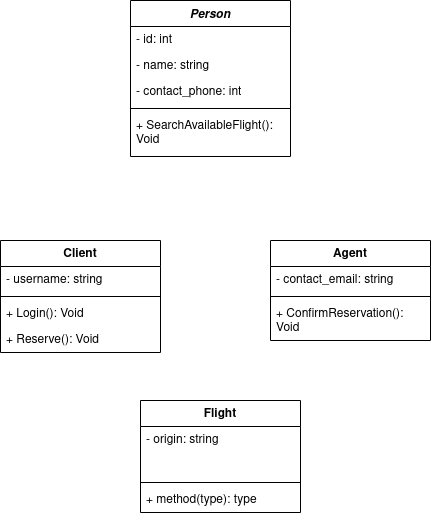
The draw.io diagram diagramas_clase/reserva-vuelos/diagrama-clase-reserva-vuelos.drawio.png in JesusLugo2002/ETS, before a commit. Source tidied: cells renumbered, new cells last; positions are measured from the earlier drawing's top-left corner, leaving out a move shared by most shapes.
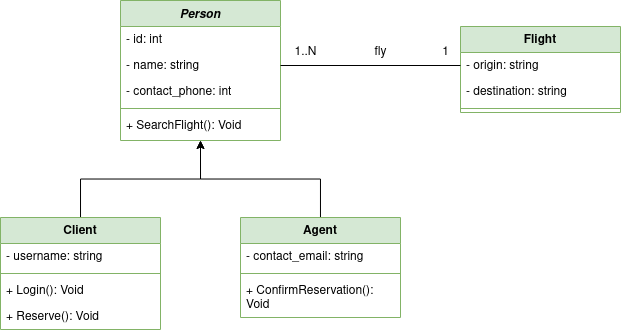
After the commit.

Diff of the diagram source:
```diff
@@ -2,8 +2,8 @@
   <root>
     <mxCell id="0" />
     <mxCell id="1" parent="0" />
-    <mxCell id="2" value="Person" style="swimlane;fontStyle=3;align=center;verticalAlign=top;horizontal=1;startSize=26;whiteSpace=wrap;html=1;" parent="1" vertex="1">
-      <mxGeometry x="130" width="160" height="156" as="geometry" />
+    <mxCell id="2" value="Person" style="swimlane;fontStyle=3;align=center;verticalAlign=top;horizontal=1;startSize=26;whiteSpace=wrap;html=1;fillColor=#d5e8d4;strokeColor=#82b366;" parent="1" vertex="1">
+      <mxGeometry x="180" y="23" width="160" height="140" as="geometry" />
     </mxCell>
     <mxCell id="3" value="- id: int" style="text;strokeColor=none;fillColor=none;align=left;verticalAlign=top;spacingLeft=4;spacingRight=4;overflow=hidden;whiteSpace=wrap;html=1;" parent="2" vertex="1">
       <mxGeometry y="26" width="160" height="26" as="geometry" />
@@ -17,11 +17,14 @@
     <mxCell id="6" style="line;strokeWidth=1;fillColor=none;align=left;verticalAlign=middle;spacingTop=-1;spacingLeft=3;spacingRight=3;labelPosition=right;strokeColor=inherit;" parent="2" vertex="1">
       <mxGeometry y="104" width="160" height="8" as="geometry" />
     </mxCell>
-    <mxCell id="7" value="+ SearchAvailableFlight(): Void" style="text;strokeColor=none;fillColor=none;align=left;verticalAlign=top;spacingLeft=4;spacingRight=4;overflow=hidden;whiteSpace=wrap;html=1;" parent="2" vertex="1">
-      <mxGeometry y="112" width="160" height="44" as="geometry" />
+    <mxCell id="7" value="+ SearchFlight(): Void" style="text;strokeColor=none;fillColor=none;align=left;verticalAlign=top;spacingLeft=4;spacingRight=4;overflow=hidden;whiteSpace=wrap;html=1;" parent="2" vertex="1">
+      <mxGeometry y="112" width="160" height="28" as="geometry" />
     </mxCell>
+    <mxCell id="22" style="edgeStyle=orthogonalEdgeStyle;rounded=0;jettySize=auto;html=1;entryX=0.5;entryY=1;entryDx=0;entryDy=0;" parent="1" edge="1" source="8" target="2">
+      <mxGeometry relative="1" as="geometry" />
+    </mxCell>
-    <mxCell id="8" value="Client" style="swimlane;fontStyle=1;align=center;verticalAlign=top;horizontal=1;startSize=26;whiteSpace=wrap;html=1;" parent="1" vertex="1">
-      <mxGeometry y="240" width="160" height="112" as="geometry" />
+    <mxCell id="8" value="Client" style="swimlane;fontStyle=1;align=center;verticalAlign=top;horizontal=1;startSize=26;whiteSpace=wrap;html=1;fillColor=#d5e8d4;strokeColor=#82b366;" parent="1" vertex="1">
+      <mxGeometry x="60" y="240" width="160" height="112" as="geometry" />
     </mxCell>
     <mxCell id="9" value="- username: string" style="text;strokeColor=none;fillColor=none;align=left;verticalAlign=top;spacingLeft=4;spacingRight=4;overflow=hidden;whiteSpace=wrap;html=1;" parent="8" vertex="1">
       <mxGeometry y="26" width="160" height="26" as="geometry" />
@@ -35,8 +38,11 @@
     <mxCell id="12" value="+ Reserve(): Void" style="text;strokeColor=none;fillColor=none;align=left;verticalAlign=top;spacingLeft=4;spacingRight=4;overflow=hidden;whiteSpace=wrap;html=1;" parent="8" vertex="1">
       <mxGeometry y="86" width="160" height="26" as="geometry" />
     </mxCell>
+    <mxCell id="23" style="edgeStyle=orthogonalEdgeStyle;rounded=0;jettySize=auto;html=1;entryX=0.5;entryY=1;entryDx=0;entryDy=0;" parent="1" edge="1" source="13" target="2">
+      <mxGeometry relative="1" as="geometry" />
+    </mxCell>
-    <mxCell id="13" value="Agent" style="swimlane;fontStyle=1;align=center;verticalAlign=top;horizontal=1;startSize=26;whiteSpace=wrap;html=1;" parent="1" vertex="1">
-      <mxGeometry x="270" y="240" width="160" height="100" as="geometry" />
+    <mxCell id="13" value="Agent" style="swimlane;fontStyle=1;align=center;verticalAlign=top;horizontal=1;startSize=26;whiteSpace=wrap;html=1;fillColor=#d5e8d4;strokeColor=#82b366;" parent="1" vertex="1">
+      <mxGeometry x="300" y="240" width="160" height="100" as="geometry" />
     </mxCell>
     <mxCell id="14" value="- contact_email: string" style="text;strokeColor=none;fillColor=none;align=left;verticalAlign=top;spacingLeft=4;spacingRight=4;overflow=hidden;whiteSpace=wrap;html=1;" parent="13" vertex="1">
       <mxGeometry y="26" width="160" height="26" as="geometry" />
@@ -47,20 +53,29 @@
     <mxCell id="16" value="+ ConfirmReservation(): Void" style="text;strokeColor=none;fillColor=none;align=left;verticalAlign=top;spacingLeft=4;spacingRight=4;overflow=hidden;whiteSpace=wrap;html=1;" parent="13" vertex="1">
       <mxGeometry y="60" width="160" height="40" as="geometry" />
     </mxCell>
-    <mxCell id="17" value="Flight" style="swimlane;fontStyle=1;align=center;verticalAlign=top;horizontal=1;startSize=26;whiteSpace=wrap;html=1;" parent="1" vertex="1">
-      <mxGeometry x="140" y="400" width="160" height="112" as="geometry" />
+    <mxCell id="17" value="Flight" style="swimlane;fontStyle=1;align=center;verticalAlign=top;horizontal=1;startSize=26;whiteSpace=wrap;html=1;fillColor=#d5e8d4;strokeColor=#82b366;" parent="1" vertex="1">
+      <mxGeometry x="520" y="49" width="160" height="86" as="geometry" />
     </mxCell>
     <mxCell id="18" value="- origin: string" style="text;strokeColor=none;fillColor=none;align=left;verticalAlign=top;spacingLeft=4;spacingRight=4;overflow=hidden;points=[[0,0.5],[1,0.5]];portConstraint=eastwest;whiteSpace=wrap;html=1;" parent="17" vertex="1">
       <mxGeometry y="26" width="160" height="26" as="geometry" />
     </mxCell>
-    <mxCell id="19" style="text;strokeColor=none;fillColor=none;align=left;verticalAlign=top;spacingLeft=4;spacingRight=4;overflow=hidden;whiteSpace=wrap;html=1;" parent="17" vertex="1">
-      <mxGeometry y="52" width="160" height="26" as="geometry" />
-    </mxCell>
+    <mxCell id="24" value="- destination: string" style="text;strokeColor=none;fillColor=none;align=left;verticalAlign=top;spacingLeft=4;spacingRight=4;overflow=hidden;whiteSpace=wrap;html=1;" parent="17" vertex="1">
+      <mxGeometry y="52" width="160" height="26" as="geometry" />
+    </mxCell>
     <mxCell id="20" style="line;strokeWidth=1;fillColor=none;align=left;verticalAlign=middle;spacingTop=-1;spacingLeft=3;spacingRight=3;labelPosition=right;strokeColor=inherit;" parent="17" vertex="1">
       <mxGeometry y="78" width="160" height="8" as="geometry" />
     </mxCell>
-    <mxCell id="21" value="+ method(type): type" style="text;strokeColor=none;fillColor=none;align=left;verticalAlign=top;spacingLeft=4;spacingRight=4;overflow=hidden;whiteSpace=wrap;html=1;" parent="17" vertex="1">
-      <mxGeometry y="86" width="160" height="26" as="geometry" />
-    </mxCell>
+    <mxCell id="25" style="endArrow=none;html=1;edgeStyle=orthogonalEdgeStyle;rounded=0;entryX=0;entryY=0.5;entryDx=0;entryDy=0;exitX=1;exitY=0.5;exitDx=0;exitDy=0;" parent="1" edge="1" source="4" target="18">
+      <mxGeometry relative="1" as="geometry" />
+    </mxCell>
+    <mxCell id="26" value="1" style="text;html=1;align=center;verticalAlign=middle;strokeColor=none;fillColor=none;" parent="1" vertex="1">
+      <mxGeometry x="490" y="60" width="30" height="30" as="geometry" />
+    </mxCell>
+    <mxCell id="27" value="1..N" style="text;html=1;align=center;verticalAlign=middle;strokeColor=none;fillColor=none;" parent="1" vertex="1">
+      <mxGeometry x="340" y="60" width="50" height="30" as="geometry" />
+    </mxCell>
+    <mxCell id="28" value="fly" style="text;html=1;align=center;verticalAlign=middle;strokeColor=none;fillColor=none;" parent="1" vertex="1">
+      <mxGeometry x="420" y="60" width="40" height="30" as="geometry" />
+    </mxCell>
   </root>
 </mxGraphModel>
```
